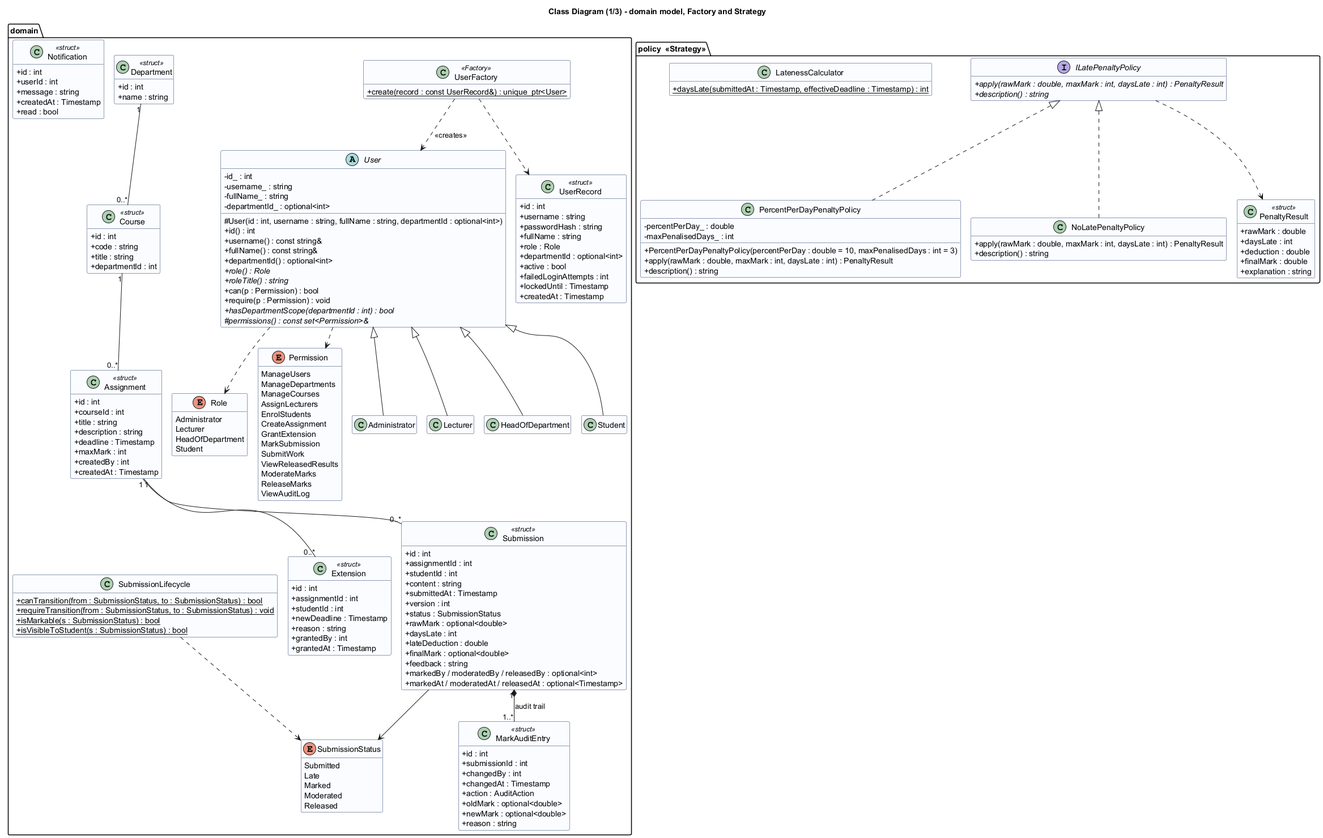
The PlantUML diagram docs/diagrams/rendered/class-domain.png in victormonyekem02-sudo/Edu-Management-System, before a commit.
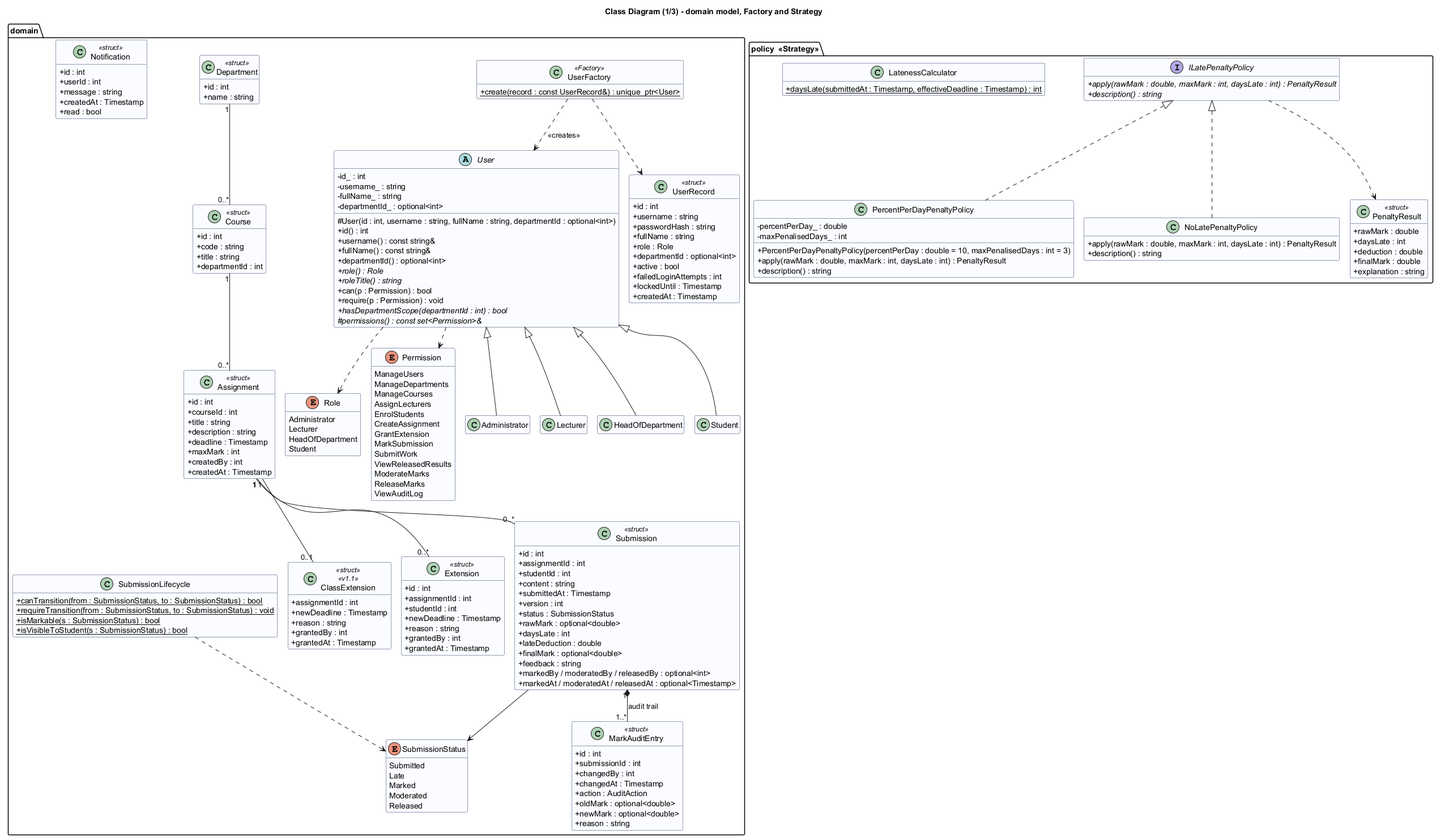
The same diagram one commit later.

What changed in the source:
```diff
@@ -99,6 +99,13 @@
     + createdBy : int
     + createdAt : Timestamp
   }
+  class ClassExtension <<struct>> <<v1.1>> {
+    + assignmentId : int
+    + newDeadline : Timestamp
+    + reason : string
+    + grantedBy : int
+    + grantedAt : Timestamp
+  }
   class Extension <<struct>> {
     + id : int
     + assignmentId : int
@@ -158,6 +165,7 @@
   Department "1" -- "0..*" Course
   Course "1" -- "0..*" Assignment
   Assignment "1" -- "0..*" Extension
+  Assignment "1" -- "0..1" ClassExtension
   Assignment "1" -- "0..*" Submission
   Submission "1" *-- "1..*" MarkAuditEntry : audit trail >
   Submission --> SubmissionStatus
```
